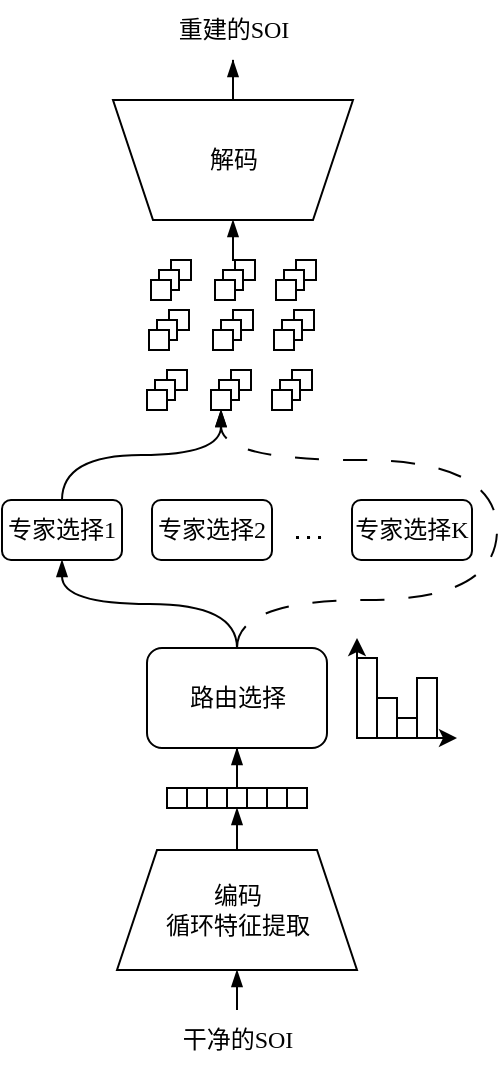
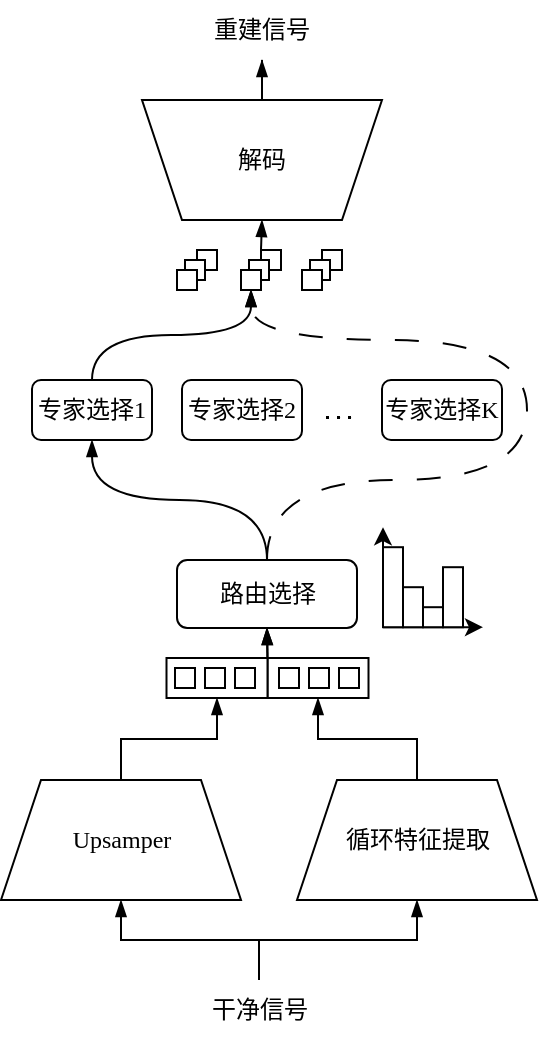
<mxfile host="app.diagrams.net">
  <diagram name="第 1 页" id="SjvYNRHAluqE4aQ-oaUj">
-     <mxGraphModel dx="1047" dy="545" grid="1" gridSize="10" guides="1" tooltips="1" connect="1" arrows="1" fold="1" page="1" pageScale="1" pageWidth="827" pageHeight="1169" math="1" shadow="0">
+     <mxGraphModel dx="978" dy="629" grid="1" gridSize="10" guides="1" tooltips="1" connect="1" arrows="1" fold="1" page="1" pageScale="1" pageWidth="827" pageHeight="1169" math="1" shadow="0">
      <root>
        <mxCell id="0" />
        <mxCell id="1" parent="0" />
-         <mxCell id="EWaWObAG_BLBcivEIfbB-1" parent="1" style="rounded=0;whiteSpace=wrap;html=1;fontFamily=Times New Roman;fontSize=12;" value="" vertex="1">
-           <mxGeometry height="10" width="10" x="364.5" y="190" as="geometry" />
+         <mxCell id="3LzpJVUNnBmxpikHaiK4-5" parent="1" style="rounded=0;whiteSpace=wrap;html=1;" value="" vertex="1">
+           <mxGeometry height="20" width="50.5" x="397.75" y="449" as="geometry" />
        </mxCell>
-         <mxCell id="EWaWObAG_BLBcivEIfbB-2" edge="1" parent="1" source="EWaWObAG_BLBcivEIfbB-3" style="endArrow=blockThin;html=1;rounded=0;entryX=0.5;entryY=1;entryDx=0;entryDy=0;endFill=1;exitX=0.5;exitY=0;exitDx=0;exitDy=0;fontFamily=Times New Roman;fontSize=12;" target="EWaWObAG_BLBcivEIfbB-5" value="">
+         <mxCell id="3LzpJVUNnBmxpikHaiK4-4" parent="1" style="rounded=0;whiteSpace=wrap;html=1;" value="" vertex="1">
+           <mxGeometry height="20" width="50.5" x="347.25" y="449" as="geometry" />
+         </mxCell>
+         <mxCell id="EWaWObAG_BLBcivEIfbB-2" edge="1" parent="1" source="EWaWObAG_BLBcivEIfbB-3" style="endArrow=blockThin;html=1;rounded=0;entryX=0.5;entryY=1;entryDx=0;entryDy=0;endFill=1;exitX=0.5;exitY=0;exitDx=0;exitDy=0;fontFamily=Times New Roman;fontSize=12;edgeStyle=orthogonalEdgeStyle;" target="EWaWObAG_BLBcivEIfbB-5" value="">
          <mxGeometry height="50" relative="1" width="50" as="geometry">
            <mxPoint x="397.5" y="575" as="sourcePoint" />
            <mxPoint x="407.5" y="585" as="targetPoint" />
          </mxGeometry>
        </mxCell>
-         <mxCell id="EWaWObAG_BLBcivEIfbB-3" parent="1" style="text;html=1;whiteSpace=wrap;strokeColor=none;fillColor=none;align=center;verticalAlign=middle;rounded=0;fontFamily=Times New Roman;fontSize=12;" value="干净的SOI" vertex="1">
-           <mxGeometry height="30" width="60" x="367.5" y="565" as="geometry" />
-         </mxCell>
-         <mxCell id="EWaWObAG_BLBcivEIfbB-4" edge="1" parent="1" source="EWaWObAG_BLBcivEIfbB-5" style="edgeStyle=orthogonalEdgeStyle;rounded=0;orthogonalLoop=1;jettySize=auto;html=1;entryX=1;entryY=0.5;entryDx=0;entryDy=0;endArrow=blockThin;endFill=1;exitX=0.5;exitY=0;exitDx=0;exitDy=0;fontFamily=Times New Roman;fontSize=12;" target="EWaWObAG_BLBcivEIfbB-12">
+         <mxCell id="3LzpJVUNnBmxpikHaiK4-6" edge="1" parent="1" source="EWaWObAG_BLBcivEIfbB-3" style="edgeStyle=orthogonalEdgeStyle;rounded=0;orthogonalLoop=1;jettySize=auto;html=1;entryX=0.5;entryY=1;entryDx=0;entryDy=0;endArrow=blockThin;endFill=1;" target="3LzpJVUNnBmxpikHaiK4-1">
          <mxGeometry relative="1" as="geometry" />
        </mxCell>
-         <mxCell id="EWaWObAG_BLBcivEIfbB-5" parent="1" style="shape=trapezoid;perimeter=trapezoidPerimeter;whiteSpace=wrap;html=1;fixedSize=1;fontFamily=Times New Roman;fontSize=12;" value="编码&lt;div&gt;循环特征提取&lt;/div&gt;" vertex="1">
-           <mxGeometry height="60" width="120" x="337.5" y="485" as="geometry" />
+         <mxCell id="EWaWObAG_BLBcivEIfbB-3" parent="1" style="text;html=1;whiteSpace=wrap;strokeColor=none;fillColor=none;align=center;verticalAlign=middle;rounded=0;fontFamily=Times New Roman;fontSize=12;" value="干净信号" vertex="1">
+           <mxGeometry height="30" width="60" x="363.5" y="610" as="geometry" />
+         </mxCell>
+         <mxCell id="EWaWObAG_BLBcivEIfbB-4" edge="1" parent="1" source="EWaWObAG_BLBcivEIfbB-5" style="edgeStyle=orthogonalEdgeStyle;rounded=0;orthogonalLoop=1;jettySize=auto;html=1;entryX=0.5;entryY=1;entryDx=0;entryDy=0;endArrow=blockThin;endFill=1;exitX=0.5;exitY=0;exitDx=0;exitDy=0;fontFamily=Times New Roman;fontSize=12;" target="3LzpJVUNnBmxpikHaiK4-5">
+           <mxGeometry relative="1" as="geometry" />
+         </mxCell>
+         <mxCell id="EWaWObAG_BLBcivEIfbB-5" parent="1" style="shape=trapezoid;perimeter=trapezoidPerimeter;whiteSpace=wrap;html=1;fixedSize=1;fontFamily=Times New Roman;fontSize=12;" value="&lt;div&gt;循环特征提取&lt;/div&gt;" vertex="1">
+           <mxGeometry height="60" width="120" x="412.5" y="510" as="geometry" />
        </mxCell>
        <mxCell id="EWaWObAG_BLBcivEIfbB-6" edge="1" parent="1" source="EWaWObAG_BLBcivEIfbB-7" style="edgeStyle=orthogonalEdgeStyle;rounded=0;orthogonalLoop=1;jettySize=auto;html=1;endArrow=blockThin;endFill=1;entryX=0.5;entryY=1;entryDx=0;entryDy=0;fontFamily=Times New Roman;fontSize=12;" target="EWaWObAG_BLBcivEIfbB-59">
          <mxGeometry relative="1" as="geometry">
-             <mxPoint x="395.5" y="60" as="targetPoint" />
+             <mxPoint x="395" y="120" as="targetPoint" />
          </mxGeometry>
        </mxCell>
        <mxCell id="EWaWObAG_BLBcivEIfbB-7" parent="1" style="shape=trapezoid;perimeter=trapezoidPerimeter;whiteSpace=wrap;html=1;fixedSize=1;rotation=-180;fontFamily=Times New Roman;fontSize=12;" value="" vertex="1">
-           <mxGeometry height="60" width="120" x="335.5" y="110" as="geometry" />
+           <mxGeometry height="60" width="120" x="335" y="170" as="geometry" />
        </mxCell>
        <mxCell id="EWaWObAG_BLBcivEIfbB-8" parent="1" style="rounded=0;whiteSpace=wrap;html=1;rotation=90;fontFamily=Times New Roman;fontSize=12;" value="" vertex="1">
-           <mxGeometry height="10" width="10" x="422.5" y="454" as="geometry" />
+           <mxGeometry height="10" width="10" x="433.5" y="454" as="geometry" />
        </mxCell>
        <mxCell id="EWaWObAG_BLBcivEIfbB-9" parent="1" style="rounded=0;whiteSpace=wrap;html=1;rotation=90;fontFamily=Times New Roman;fontSize=12;" value="" vertex="1">
-           <mxGeometry height="10" width="10" x="412.5" y="454" as="geometry" />
+           <mxGeometry height="10" width="10" x="418.5" y="454" as="geometry" />
        </mxCell>
-         <mxCell id="EWaWObAG_BLBcivEIfbB-10" parent="1" style="rounded=0;whiteSpace=wrap;html=1;rotation=90;fontFamily=Times New Roman;fontSize=12;" value="" vertex="1">
-           <mxGeometry height="10" width="10" x="402.5" y="454" as="geometry" />
-         </mxCell>
-         <mxCell id="EWaWObAG_BLBcivEIfbB-11" edge="1" parent="1" source="EWaWObAG_BLBcivEIfbB-12" style="edgeStyle=orthogonalEdgeStyle;rounded=0;orthogonalLoop=1;jettySize=auto;html=1;entryX=0.5;entryY=1;entryDx=0;entryDy=0;endArrow=blockThin;endFill=1;fontFamily=Times New Roman;fontSize=12;" target="EWaWObAG_BLBcivEIfbB-18">
+         <mxCell id="EWaWObAG_BLBcivEIfbB-11" edge="1" parent="1" source="3LzpJVUNnBmxpikHaiK4-5" style="edgeStyle=orthogonalEdgeStyle;rounded=0;orthogonalLoop=1;jettySize=auto;html=1;entryX=0.5;entryY=1;entryDx=0;entryDy=0;endArrow=blockThin;endFill=1;fontFamily=Times New Roman;fontSize=12;exitX=0;exitY=0;exitDx=0;exitDy=0;" target="EWaWObAG_BLBcivEIfbB-18">
          <mxGeometry relative="1" as="geometry" />
        </mxCell>
        <mxCell id="EWaWObAG_BLBcivEIfbB-12" parent="1" style="rounded=0;whiteSpace=wrap;html=1;rotation=90;fontFamily=Times New Roman;fontSize=12;" value="" vertex="1">
-           <mxGeometry height="10" width="10" x="392.5" y="454" as="geometry" />
+           <mxGeometry height="10" width="10" x="403.5" y="454" as="geometry" />
        </mxCell>
        <mxCell id="EWaWObAG_BLBcivEIfbB-13" parent="1" style="rounded=0;whiteSpace=wrap;html=1;rotation=90;fontFamily=Times New Roman;fontSize=12;" value="" vertex="1">
-           <mxGeometry height="10" width="10" x="382.5" y="454" as="geometry" />
-         </mxCell>
-         <mxCell id="EWaWObAG_BLBcivEIfbB-14" parent="1" style="rounded=0;whiteSpace=wrap;html=1;rotation=90;fontFamily=Times New Roman;fontSize=12;" value="" vertex="1">
-           <mxGeometry height="10" width="10" x="372.5" y="454" as="geometry" />
+           <mxGeometry height="10" width="10" x="381.5" y="454" as="geometry" />
        </mxCell>
        <mxCell id="EWaWObAG_BLBcivEIfbB-15" parent="1" style="rounded=0;whiteSpace=wrap;html=1;rotation=90;fontFamily=Times New Roman;fontSize=12;" value="" vertex="1">
-           <mxGeometry height="10" width="10" x="362.5" y="454" as="geometry" />
+           <mxGeometry height="10" width="10" x="366.5" y="454" as="geometry" />
        </mxCell>
        <mxCell id="EWaWObAG_BLBcivEIfbB-16" edge="1" parent="1" source="EWaWObAG_BLBcivEIfbB-18" style="edgeStyle=orthogonalEdgeStyle;rounded=0;orthogonalLoop=1;jettySize=auto;html=1;entryX=0.5;entryY=1;entryDx=0;entryDy=0;curved=1;exitX=0.5;exitY=0;exitDx=0;exitDy=0;endArrow=blockThin;endFill=1;fontFamily=Times New Roman;fontSize=12;" target="EWaWObAG_BLBcivEIfbB-20">
          <mxGeometry relative="1" as="geometry" />
        </mxCell>
        <mxCell id="EWaWObAG_BLBcivEIfbB-17" edge="1" parent="1" source="EWaWObAG_BLBcivEIfbB-18" style="edgeStyle=orthogonalEdgeStyle;rounded=0;orthogonalLoop=1;jettySize=auto;html=1;entryX=0.5;entryY=1;entryDx=0;entryDy=0;exitX=0.5;exitY=0;exitDx=0;exitDy=0;curved=1;endArrow=blockThin;endFill=1;dashed=1;dashPattern=12 12;fontFamily=Times New Roman;fontSize=12;" target="EWaWObAG_BLBcivEIfbB-55">
          <mxGeometry relative="1" as="geometry">
            <Array as="points">
              <mxPoint x="397.5" y="360" />
              <mxPoint x="527.5" y="360" />
              <mxPoint x="527.5" y="290" />
              <mxPoint x="389.5" y="290" />
            </Array>
          </mxGeometry>
        </mxCell>
        <mxCell id="EWaWObAG_BLBcivEIfbB-18" parent="1" style="rounded=1;whiteSpace=wrap;html=1;fontFamily=Times New Roman;fontSize=12;" value="路由选择" vertex="1">
-           <mxGeometry height="50" width="90" x="352.5" y="384" as="geometry" />
+           <mxGeometry height="34" width="90" x="352.5" y="400" as="geometry" />
        </mxCell>
        <mxCell id="EWaWObAG_BLBcivEIfbB-19" edge="1" parent="1" source="EWaWObAG_BLBcivEIfbB-20" style="edgeStyle=orthogonalEdgeStyle;rounded=0;orthogonalLoop=1;jettySize=auto;html=1;entryX=0.5;entryY=1;entryDx=0;entryDy=0;exitX=0.5;exitY=0;exitDx=0;exitDy=0;curved=1;endArrow=blockThin;endFill=1;fontFamily=Times New Roman;fontSize=12;" target="EWaWObAG_BLBcivEIfbB-55">
          <mxGeometry relative="1" as="geometry" />
        </mxCell>
        <mxCell id="EWaWObAG_BLBcivEIfbB-20" parent="1" style="rounded=1;whiteSpace=wrap;html=1;fontFamily=Times New Roman;fontSize=12;" value="专家选择1" vertex="1">
          <mxGeometry height="30" width="60" x="280" y="310" as="geometry" />
        </mxCell>
        <mxCell id="EWaWObAG_BLBcivEIfbB-21" parent="1" style="rounded=1;whiteSpace=wrap;html=1;fontFamily=Times New Roman;fontSize=12;" value="专家选择2" vertex="1">
          <mxGeometry height="30" width="60" x="355" y="310" as="geometry" />
        </mxCell>
        <mxCell id="EWaWObAG_BLBcivEIfbB-22" parent="1" style="rounded=1;whiteSpace=wrap;html=1;fontFamily=Times New Roman;fontSize=12;" value="专家选择K" vertex="1">
          <mxGeometry height="30" width="60" x="455" y="310" as="geometry" />
        </mxCell>
        <mxCell id="EWaWObAG_BLBcivEIfbB-23" parent="1" style="text;html=1;whiteSpace=wrap;strokeColor=none;fillColor=none;align=center;verticalAlign=middle;rounded=0;fontFamily=Times New Roman;fontSize=12;" value="\[...\]" vertex="1">
          <mxGeometry height="10" width="20" x="422.5" y="320" as="geometry" />
        </mxCell>
        <mxCell id="EWaWObAG_BLBcivEIfbB-24" edge="1" parent="1" source="EWaWObAG_BLBcivEIfbB-23" style="edgeStyle=orthogonalEdgeStyle;rounded=0;orthogonalLoop=1;jettySize=auto;html=1;exitX=0.5;exitY=1;exitDx=0;exitDy=0;fontFamily=Times New Roman;fontSize=12;" target="EWaWObAG_BLBcivEIfbB-23">
          <mxGeometry relative="1" as="geometry" />
        </mxCell>
        <mxCell id="EWaWObAG_BLBcivEIfbB-25" edge="1" parent="1" style="endArrow=classic;html=1;rounded=0;fontFamily=Times New Roman;fontSize=12;" value="">
          <mxGeometry height="50" relative="1" width="50" as="geometry">
-             <mxPoint x="457.5" y="429" as="sourcePoint" />
-             <mxPoint x="457.5" y="379" as="targetPoint" />
+             <mxPoint x="455.5" y="433.6" as="sourcePoint" />
+             <mxPoint x="455.5" y="383.6" as="targetPoint" />
          </mxGeometry>
        </mxCell>
        <mxCell id="EWaWObAG_BLBcivEIfbB-26" edge="1" parent="1" style="endArrow=classic;html=1;rounded=0;fontFamily=Times New Roman;fontSize=12;" value="">
          <mxGeometry height="50" relative="1" width="50" as="geometry">
-             <mxPoint x="457.5" y="429" as="sourcePoint" />
-             <mxPoint x="507.5" y="429" as="targetPoint" />
+             <mxPoint x="455.5" y="433.6" as="sourcePoint" />
+             <mxPoint x="505.5" y="433.6" as="targetPoint" />
          </mxGeometry>
        </mxCell>
        <mxCell id="EWaWObAG_BLBcivEIfbB-27" parent="1" style="rounded=0;whiteSpace=wrap;html=1;fontFamily=Times New Roman;fontSize=12;" value="" vertex="1">
-           <mxGeometry height="30" width="10" x="487.5" y="399" as="geometry" />
+           <mxGeometry height="30" width="10" x="485.5" y="403.6" as="geometry" />
        </mxCell>
        <mxCell id="EWaWObAG_BLBcivEIfbB-28" parent="1" style="rounded=0;whiteSpace=wrap;html=1;fontFamily=Times New Roman;fontSize=12;" value="" vertex="1">
-           <mxGeometry height="40" width="10" x="457.5" y="389" as="geometry" />
+           <mxGeometry height="40" width="10" x="455.5" y="393.6" as="geometry" />
        </mxCell>
        <mxCell id="EWaWObAG_BLBcivEIfbB-29" parent="1" style="rounded=0;whiteSpace=wrap;html=1;fontFamily=Times New Roman;fontSize=12;" value="" vertex="1">
-           <mxGeometry height="10" width="10" x="477.5" y="419" as="geometry" />
+           <mxGeometry height="10" width="10" x="475.5" y="423.6" as="geometry" />
        </mxCell>
        <mxCell id="EWaWObAG_BLBcivEIfbB-30" parent="1" style="rounded=0;whiteSpace=wrap;html=1;fontFamily=Times New Roman;fontSize=12;" value="" vertex="1">
-           <mxGeometry height="20" width="10" x="467.5" y="409" as="geometry" />
+           <mxGeometry height="20" width="10" x="465.5" y="413.6" as="geometry" />
        </mxCell>
        <mxCell id="EWaWObAG_BLBcivEIfbB-31" parent="1" style="text;html=1;whiteSpace=wrap;strokeColor=none;fillColor=none;align=center;verticalAlign=middle;rounded=0;fontFamily=Times New Roman;fontSize=12;" value="解码" vertex="1">
-           <mxGeometry height="30" width="60" x="365.5" y="125" as="geometry" />
+           <mxGeometry height="30" width="60" x="365" y="185" as="geometry" />
        </mxCell>
-         <mxCell id="EWaWObAG_BLBcivEIfbB-32" parent="1" style="rounded=0;whiteSpace=wrap;html=1;fontFamily=Times New Roman;fontSize=12;" value="" vertex="1">
-           <mxGeometry height="10" width="10" x="358.5" y="195" as="geometry" />
-         </mxCell>
-         <mxCell id="EWaWObAG_BLBcivEIfbB-33" parent="1" style="rounded=0;whiteSpace=wrap;html=1;fontFamily=Times New Roman;fontSize=12;" value="" vertex="1">
-           <mxGeometry height="10" width="10" x="354.5" y="200" as="geometry" />
-         </mxCell>
-         <mxCell id="EWaWObAG_BLBcivEIfbB-34" edge="1" parent="1" source="EWaWObAG_BLBcivEIfbB-35" style="edgeStyle=orthogonalEdgeStyle;rounded=0;orthogonalLoop=1;jettySize=auto;html=1;entryX=0.5;entryY=0;entryDx=0;entryDy=0;exitX=0;exitY=0;exitDx=0;exitDy=0;endArrow=blockThin;endFill=1;fontFamily=Times New Roman;fontSize=12;" target="EWaWObAG_BLBcivEIfbB-7">
-           <mxGeometry relative="1" as="geometry" />
-         </mxCell>
-         <mxCell id="EWaWObAG_BLBcivEIfbB-35" parent="1" style="rounded=0;whiteSpace=wrap;html=1;fontFamily=Times New Roman;fontSize=12;" value="" vertex="1">
-           <mxGeometry height="10" width="10" x="396.5" y="190" as="geometry" />
-         </mxCell>
-         <mxCell id="EWaWObAG_BLBcivEIfbB-36" parent="1" style="rounded=0;whiteSpace=wrap;html=1;fontFamily=Times New Roman;fontSize=12;" value="" vertex="1">
-           <mxGeometry height="10" width="10" x="390.5" y="195" as="geometry" />
-         </mxCell>
-         <mxCell id="EWaWObAG_BLBcivEIfbB-37" parent="1" style="rounded=0;whiteSpace=wrap;html=1;fontFamily=Times New Roman;fontSize=12;" value="" vertex="1">
-           <mxGeometry height="10" width="10" x="386.5" y="200" as="geometry" />
-         </mxCell>
-         <mxCell id="EWaWObAG_BLBcivEIfbB-38" parent="1" style="rounded=0;whiteSpace=wrap;html=1;fontFamily=Times New Roman;fontSize=12;" value="" vertex="1">
-           <mxGeometry height="10" width="10" x="427" y="190" as="geometry" />
-         </mxCell>
-         <mxCell id="EWaWObAG_BLBcivEIfbB-39" parent="1" style="rounded=0;whiteSpace=wrap;html=1;fontFamily=Times New Roman;fontSize=12;" value="" vertex="1">
-           <mxGeometry height="10" width="10" x="421" y="195" as="geometry" />
-         </mxCell>
-         <mxCell id="EWaWObAG_BLBcivEIfbB-40" parent="1" style="rounded=0;whiteSpace=wrap;html=1;fontFamily=Times New Roman;fontSize=12;" value="" vertex="1">
-           <mxGeometry height="10" width="10" x="417" y="200" as="geometry" />
-         </mxCell>
-         <mxCell id="EWaWObAG_BLBcivEIfbB-41" parent="1" style="rounded=0;whiteSpace=wrap;html=1;fontFamily=Times New Roman;fontSize=12;" value="" vertex="1">
-           <mxGeometry height="10" width="10" x="363.5" y="215" as="geometry" />
-         </mxCell>
-         <mxCell id="EWaWObAG_BLBcivEIfbB-42" parent="1" style="rounded=0;whiteSpace=wrap;html=1;fontFamily=Times New Roman;fontSize=12;" value="" vertex="1">
-           <mxGeometry height="10" width="10" x="357.5" y="220" as="geometry" />
-         </mxCell>
-         <mxCell id="EWaWObAG_BLBcivEIfbB-43" parent="1" style="rounded=0;whiteSpace=wrap;html=1;fontFamily=Times New Roman;fontSize=12;" value="" vertex="1">
-           <mxGeometry height="10" width="10" x="353.5" y="225" as="geometry" />
-         </mxCell>
-         <mxCell id="EWaWObAG_BLBcivEIfbB-44" parent="1" style="rounded=0;whiteSpace=wrap;html=1;fontFamily=Times New Roman;fontSize=12;" value="" vertex="1">
-           <mxGeometry height="10" width="10" x="395.5" y="215" as="geometry" />
-         </mxCell>
-         <mxCell id="EWaWObAG_BLBcivEIfbB-45" parent="1" style="rounded=0;whiteSpace=wrap;html=1;fontFamily=Times New Roman;fontSize=12;" value="" vertex="1">
-           <mxGeometry height="10" width="10" x="389.5" y="220" as="geometry" />
-         </mxCell>
-         <mxCell id="EWaWObAG_BLBcivEIfbB-46" parent="1" style="rounded=0;whiteSpace=wrap;html=1;fontFamily=Times New Roman;fontSize=12;" value="" vertex="1">
-           <mxGeometry height="10" width="10" x="385.5" y="225" as="geometry" />
-         </mxCell>
-         <mxCell id="EWaWObAG_BLBcivEIfbB-47" parent="1" style="rounded=0;whiteSpace=wrap;html=1;fontFamily=Times New Roman;fontSize=12;" value="" vertex="1">
-           <mxGeometry height="10" width="10" x="426" y="215" as="geometry" />
-         </mxCell>
-         <mxCell id="EWaWObAG_BLBcivEIfbB-48" parent="1" style="rounded=0;whiteSpace=wrap;html=1;fontFamily=Times New Roman;fontSize=12;" value="" vertex="1">
-           <mxGeometry height="10" width="10" x="420" y="220" as="geometry" />
-         </mxCell>
-         <mxCell id="EWaWObAG_BLBcivEIfbB-49" parent="1" style="rounded=0;whiteSpace=wrap;html=1;fontFamily=Times New Roman;fontSize=12;" value="" vertex="1">
-           <mxGeometry height="10" width="10" x="416" y="225" as="geometry" />
+         <mxCell id="EWaWObAG_BLBcivEIfbB-34" edge="1" parent="1" source="EWaWObAG_BLBcivEIfbB-53" style="edgeStyle=orthogonalEdgeStyle;rounded=0;orthogonalLoop=1;jettySize=auto;html=1;entryX=0.5;entryY=0;entryDx=0;entryDy=0;exitX=0;exitY=0;exitDx=0;exitDy=0;endArrow=blockThin;endFill=1;fontFamily=Times New Roman;fontSize=12;" target="EWaWObAG_BLBcivEIfbB-7">
+           <mxGeometry relative="1" as="geometry">
+             <mxPoint x="396" y="240" as="sourcePoint" />
+           </mxGeometry>
        </mxCell>
        <mxCell id="EWaWObAG_BLBcivEIfbB-50" parent="1" style="rounded=0;whiteSpace=wrap;html=1;fontFamily=Times New Roman;fontSize=12;" value="" vertex="1">
          <mxGeometry height="10" width="10" x="362.5" y="245" as="geometry" />
        </mxCell>
        <mxCell id="EWaWObAG_BLBcivEIfbB-51" parent="1" style="rounded=0;whiteSpace=wrap;html=1;fontFamily=Times New Roman;fontSize=12;" value="" vertex="1">
          <mxGeometry height="10" width="10" x="356.5" y="250" as="geometry" />
        </mxCell>
        <mxCell id="EWaWObAG_BLBcivEIfbB-52" parent="1" style="rounded=0;whiteSpace=wrap;html=1;fontFamily=Times New Roman;fontSize=12;" value="" vertex="1">
          <mxGeometry height="10" width="10" x="352.5" y="255" as="geometry" />
        </mxCell>
        <mxCell id="EWaWObAG_BLBcivEIfbB-53" parent="1" style="rounded=0;whiteSpace=wrap;html=1;fontFamily=Times New Roman;fontSize=12;" value="" vertex="1">
          <mxGeometry height="10" width="10" x="394.5" y="245" as="geometry" />
        </mxCell>
        <mxCell id="EWaWObAG_BLBcivEIfbB-54" parent="1" style="rounded=0;whiteSpace=wrap;html=1;fontFamily=Times New Roman;fontSize=12;" value="" vertex="1">
          <mxGeometry height="10" width="10" x="388.5" y="250" as="geometry" />
        </mxCell>
        <mxCell id="EWaWObAG_BLBcivEIfbB-55" parent="1" style="rounded=0;whiteSpace=wrap;html=1;fontFamily=Times New Roman;fontSize=12;" value="" vertex="1">
          <mxGeometry height="10" width="10" x="384.5" y="255" as="geometry" />
        </mxCell>
        <mxCell id="EWaWObAG_BLBcivEIfbB-56" parent="1" style="rounded=0;whiteSpace=wrap;html=1;fontFamily=Times New Roman;fontSize=12;" value="" vertex="1">
          <mxGeometry height="10" width="10" x="425" y="245" as="geometry" />
        </mxCell>
        <mxCell id="EWaWObAG_BLBcivEIfbB-57" parent="1" style="rounded=0;whiteSpace=wrap;html=1;fontFamily=Times New Roman;fontSize=12;" value="" vertex="1">
          <mxGeometry height="10" width="10" x="419" y="250" as="geometry" />
        </mxCell>
        <mxCell id="EWaWObAG_BLBcivEIfbB-58" parent="1" style="rounded=0;whiteSpace=wrap;html=1;fontFamily=Times New Roman;fontSize=12;" value="" vertex="1">
          <mxGeometry height="10" width="10" x="415" y="255" as="geometry" />
        </mxCell>
-         <mxCell id="EWaWObAG_BLBcivEIfbB-59" parent="1" style="text;html=1;whiteSpace=wrap;strokeColor=none;fillColor=none;align=center;verticalAlign=middle;rounded=0;fontFamily=Times New Roman;fontSize=12;" value="重建的SOI" vertex="1">
-           <mxGeometry height="30" width="60" x="365.5" y="60" as="geometry" />
+         <mxCell id="EWaWObAG_BLBcivEIfbB-59" parent="1" style="text;html=1;whiteSpace=wrap;strokeColor=none;fillColor=none;align=center;verticalAlign=middle;rounded=0;fontFamily=Times New Roman;fontSize=12;" value="重建信号" vertex="1">
+           <mxGeometry height="30" width="60" x="365" y="120" as="geometry" />
+         </mxCell>
+         <mxCell id="3LzpJVUNnBmxpikHaiK4-3" edge="1" parent="1" source="3LzpJVUNnBmxpikHaiK4-1" style="edgeStyle=orthogonalEdgeStyle;rounded=0;orthogonalLoop=1;jettySize=auto;html=1;entryX=0.5;entryY=1;entryDx=0;entryDy=0;endArrow=blockThin;endFill=1;" target="3LzpJVUNnBmxpikHaiK4-4">
+           <mxGeometry relative="1" as="geometry" />
+         </mxCell>
+         <mxCell id="3LzpJVUNnBmxpikHaiK4-1" parent="1" style="shape=trapezoid;perimeter=trapezoidPerimeter;whiteSpace=wrap;html=1;fixedSize=1;fontFamily=Times New Roman;fontSize=12;" value="Upsamper" vertex="1">
+           <mxGeometry height="60" width="120" x="264.5" y="510" as="geometry" />
+         </mxCell>
+         <mxCell id="3LzpJVUNnBmxpikHaiK4-2" parent="1" style="rounded=0;whiteSpace=wrap;html=1;rotation=90;fontFamily=Times New Roman;fontSize=12;" value="" vertex="1">
+           <mxGeometry height="10" width="10" x="351.5" y="454" as="geometry" />
+         </mxCell>
+         <mxCell id="3LzpJVUNnBmxpikHaiK4-7" edge="1" parent="1" source="3LzpJVUNnBmxpikHaiK4-4" style="edgeStyle=orthogonalEdgeStyle;rounded=0;orthogonalLoop=1;jettySize=auto;html=1;entryX=0.5;entryY=1;entryDx=0;entryDy=0;endArrow=blockThin;endFill=1;fontFamily=Times New Roman;fontSize=12;exitX=1;exitY=0;exitDx=0;exitDy=0;" target="EWaWObAG_BLBcivEIfbB-18">
+           <mxGeometry relative="1" as="geometry">
+             <mxPoint x="403" y="445" as="sourcePoint" />
+             <mxPoint x="400" y="430" as="targetPoint" />
+           </mxGeometry>
        </mxCell>
      </root>
    </mxGraphModel>
  </diagram>
</mxfile>
